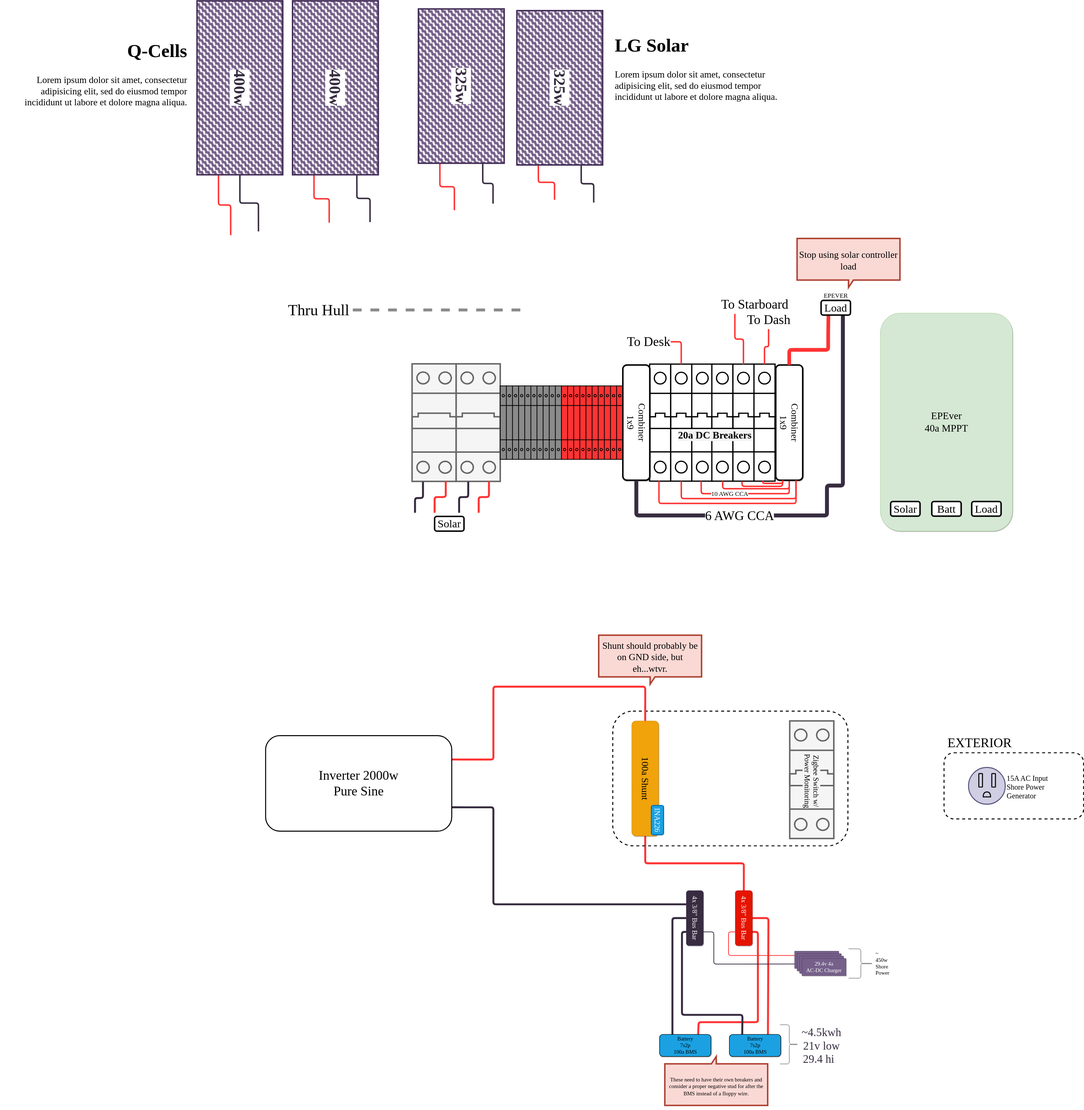
Earlier version of the draw.io export gary-bussy-electrical.drawio.svg (clomads/gary-bussy). Source tidied: cells renumbered, new cells last; positions are measured from the earlier drawing's top-left corner, leaving out a move shared by most shapes.
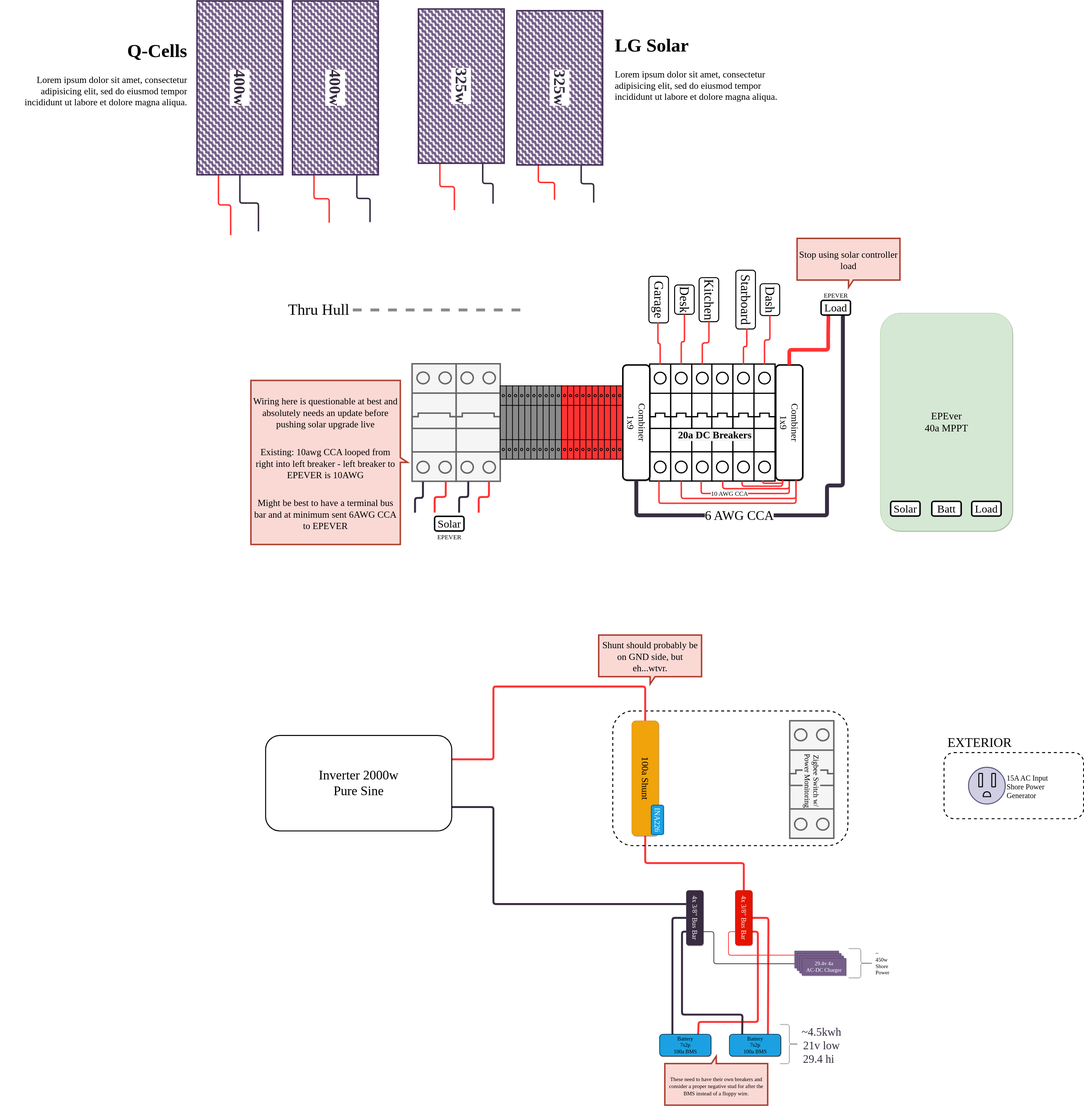
The same file after the commit.

Commit message:
solar notes and clean up branch nets

Change to the diagram source:
```diff
@@ -168,8 +168,32 @@
     <mxCell id="39" value="20a DC Breakers" style="text;html=1;align=center;verticalAlign=middle;strokeColor=none;fillColor=none;fontSize=41;fontFamily=League Spartan;fontSource=https%3A%2F%2Ffonts.googleapis.com%2Fcss%3Ffamily%3DLeague%2BSpartan;fontStyle=1;labelBackgroundColor=#F5F5F5;" parent="20" vertex="1">
       <mxGeometry x="1081" y="261" width="310" height="60" as="geometry" />
     </mxCell>
+    <mxCell id="42" value="Dash" style="text;html=1;align=center;verticalAlign=middle;points=[];fontSize=53;fontFamily=League Spartan;rotation=90;strokeColor=default;rounded=1;fillColor=default;strokeWidth=4;" parent="19" vertex="1">
+      <mxGeometry x="1396" y="-22" width="130" height="80" as="geometry" />
+    </mxCell>
+    <mxCell id="44" style="edgeStyle=orthogonalEdgeStyle;shape=connector;rounded=1;jettySize=auto;html=1;labelBackgroundColor=default;strokeColor=#FF3333;strokeWidth=6;fontFamily=League Spartan;fontSource=https%3A%2F%2Ffonts.googleapis.com%2Fcss%3Ffamily%3DLeague%2BSpartan;fontSize=53;fontColor=default;endArrow=none;endFill=0;" parent="19" edge="1" source="31" target="42">
+      <mxGeometry relative="1" as="geometry" />
+    </mxCell>
+    <mxCell id="102" value="Kitchen" style="text;html=1;align=center;verticalAlign=middle;points=[];fontSize=53;fontFamily=League Spartan;rotation=90;strokeColor=default;rounded=1;fillColor=default;strokeWidth=4;" parent="19" vertex="1">
+      <mxGeometry x="1122" y="-22" width="180" height="80" as="geometry" />
+    </mxCell>
+    <mxCell id="103" value="Garage" style="text;html=1;align=center;verticalAlign=middle;points=[];fontSize=53;fontFamily=League Spartan;rotation=90;strokeColor=default;rounded=1;fillColor=default;strokeWidth=4;" parent="19" vertex="1">
+      <mxGeometry x="912" y="-22" width="190" height="80" as="geometry" />
+    </mxCell>
+    <mxCell id="104" style="edgeStyle=orthogonalEdgeStyle;shape=connector;rounded=1;jettySize=auto;html=1;entryX=0.992;entryY=0.539;entryDx=0;entryDy=0;entryPerimeter=0;labelBackgroundColor=default;strokeColor=#FF3333;strokeWidth=6;fontFamily=League Spartan;fontSource=https%3A%2F%2Ffonts.googleapis.com%2Fcss%3Ffamily%3DLeague%2BSpartan;fontSize=53;fontColor=default;endArrow=none;endFill=0;" parent="19" edge="1" source="25" target="103">
+      <mxGeometry relative="1" as="geometry" />
+    </mxCell>
+    <mxCell id="105" style="edgeStyle=orthogonalEdgeStyle;shape=connector;rounded=1;jettySize=auto;html=1;labelBackgroundColor=default;strokeColor=#FF3333;strokeWidth=6;fontFamily=League Spartan;fontSource=https%3A%2F%2Ffonts.googleapis.com%2Fcss%3Ffamily%3DLeague%2BSpartan;fontSize=53;fontColor=default;endArrow=none;endFill=0;" parent="19" edge="1" source="28" target="102">
+      <mxGeometry relative="1" as="geometry" />
+    </mxCell>
+    <mxCell id="43" value="Starboard" style="text;html=1;align=center;verticalAlign=middle;points=[];fontSize=53;fontFamily=League Spartan;rotation=90;strokeColor=default;rounded=1;fillColor=default;strokeWidth=4;" parent="19" vertex="1">
+      <mxGeometry x="1242" y="-22" width="240" height="80" as="geometry" />
+    </mxCell>
+    <mxCell id="45" style="edgeStyle=orthogonalEdgeStyle;shape=connector;rounded=1;jettySize=auto;html=1;entryX=0.996;entryY=0.442;entryDx=0;entryDy=0;entryPerimeter=0;labelBackgroundColor=default;strokeColor=#FF3333;strokeWidth=6;fontFamily=League Spartan;fontSource=https%3A%2F%2Ffonts.googleapis.com%2Fcss%3Ffamily%3DLeague%2BSpartan;fontSize=53;fontColor=default;endArrow=none;endFill=0;" parent="19" edge="1" source="30" target="43">
+      <mxGeometry relative="1" as="geometry" />
+    </mxCell>
-    <mxCell id="40" value="To Desk" style="text;html=1;align=center;verticalAlign=middle;points=[];strokeColor=none;fillColor=none;fontSize=53;fontFamily=League Spartan;fontColor=default;" parent="19" vertex="1">
-      <mxGeometry x="876" y="150" width="180" height="80" as="geometry" />
+    <mxCell id="40" value="Desk" style="text;html=1;align=center;verticalAlign=middle;points=[];fontSize=53;fontFamily=League Spartan;rotation=90;strokeColor=default;rounded=1;fillColor=default;strokeWidth=4;" parent="19" vertex="1">
+      <mxGeometry x="1052" y="-22" width="120" height="80" as="geometry" />
     </mxCell>
     <mxCell id="41" style="edgeStyle=orthogonalEdgeStyle;shape=connector;rounded=1;jettySize=auto;html=1;labelBackgroundColor=default;strokeColor=#FF3333;strokeWidth=6;fontFamily=League Spartan;fontSource=https%3A%2F%2Ffonts.googleapis.com%2Fcss%3Ffamily%3DLeague%2BSpartan;fontSize=53;fontColor=default;endArrow=none;endFill=0;" parent="19" edge="1" source="27" target="40">
       <mxGeometry relative="1" as="geometry">
@@ -178,23 +202,6 @@
         </Array>
       </mxGeometry>
     </mxCell>
-    <mxCell id="42" value="To Dash" style="text;html=1;align=center;verticalAlign=middle;points=[];strokeColor=none;fillColor=none;fontSize=53;fontFamily=League Spartan;fontColor=default;" parent="19" vertex="1">
-      <mxGeometry x="1362" y="62" width="187" height="76" as="geometry" />
-    </mxCell>
-    <mxCell id="43" value="To Starboard" style="text;html=1;align=center;verticalAlign=middle;points=[];strokeColor=none;fillColor=none;fontSize=53;fontFamily=League Spartan;fontColor=default;" parent="19" vertex="1">
-      <mxGeometry x="1249" width="300" height="76" as="geometry" />
-    </mxCell>
-    <mxCell id="44" style="edgeStyle=orthogonalEdgeStyle;shape=connector;rounded=1;jettySize=auto;html=1;labelBackgroundColor=default;strokeColor=#FF3333;strokeWidth=6;fontFamily=League Spartan;fontSource=https%3A%2F%2Ffonts.googleapis.com%2Fcss%3Ffamily%3DLeague%2BSpartan;fontSize=53;fontColor=default;endArrow=none;endFill=0;" parent="19" edge="1" source="31" target="42">
-      <mxGeometry relative="1" as="geometry" />
-    </mxCell>
-    <mxCell id="45" style="edgeStyle=orthogonalEdgeStyle;shape=connector;rounded=1;jettySize=auto;html=1;labelBackgroundColor=default;strokeColor=#FF3333;strokeWidth=6;fontFamily=League Spartan;fontSource=https%3A%2F%2Ffonts.googleapis.com%2Fcss%3Ffamily%3DLeague%2BSpartan;fontSize=53;fontColor=default;endArrow=none;endFill=0;" parent="19" edge="1" source="30" target="43">
-      <mxGeometry relative="1" as="geometry">
-        <Array as="points">
-          <mxPoint x="1353" y="179" />
-          <mxPoint x="1318" y="179" />
-        </Array>
-      </mxGeometry>
-    </mxCell>
     <mxCell id="46" style="rounded=1;whiteSpace=wrap;html=1;sketch=0;strokeColor=default;strokeWidth=4;fontFamily=League Spartan;fontSource=https%3A%2F%2Ffonts.googleapis.com%2Fcss%3Ffamily%3DLeague%2BSpartan;fontSize=41;fillColor=none;dashed=1;perimeterSpacing=0;" parent="1" vertex="1">
       <mxGeometry x="2498.5" y="2804" width="960" height="550" as="geometry" />
     </mxCell>
@@ -433,5 +440,11 @@
         </Array>
       </mxGeometry>
     </mxCell>
+    <mxCell id="106" value="&lt;p style=&quot;line-height: 55%;&quot;&gt;&lt;span style=&quot;color: rgb(0, 0, 0);&quot;&gt;&lt;font style=&quot;font-size: 38px;&quot;&gt;Wiring here is questionable at best and absolutely needs an update before pushing solar upgrade live&lt;/font&gt;&lt;/span&gt;&lt;/p&gt;&lt;p style=&quot;line-height: 55%;&quot;&gt;&lt;span style=&quot;color: rgb(0, 0, 0);&quot;&gt;&lt;font style=&quot;font-size: 38px;&quot;&gt;Existing: 10awg CCA looped from right into left breaker - left breaker to EPEVER is 10AWG&lt;/font&gt;&lt;/span&gt;&lt;/p&gt;&lt;p style=&quot;line-height: 55%;&quot;&gt;&lt;span style=&quot;color: rgb(0, 0, 0);&quot;&gt;&lt;font style=&quot;font-size: 38px;&quot;&gt;Might be best to have a terminal bus bar and at minimum sent 6AWG CCA to EPEVER&lt;/font&gt;&lt;/span&gt;&lt;/p&gt;" style="shape=callout;whiteSpace=wrap;html=1;perimeter=calloutPerimeter;shadow=0;labelBackgroundColor=none;sketch=0;fillStyle=auto;strokeColor=#ae4132;strokeWidth=6;fontFamily=League Spartan;fontSource=https%3A%2F%2Ffonts.googleapis.com%2Fcss%3Ffamily%3DLeague%2BSpartan;fontSize=67;fillColor=#fad9d5;direction=north;" parent="1" vertex="1">
+      <mxGeometry x="1021" y="1454" width="640" height="670" as="geometry" />
+    </mxCell>
+    <mxCell id="107" value="EPEVER" style="text;html=1;align=center;verticalAlign=middle;strokeColor=none;fillColor=none;fontSize=26;fontFamily=League Spartan;fontColor=default;" parent="1" vertex="1">
+      <mxGeometry x="1776" y="2074" width="110" height="40" as="geometry" />
+    </mxCell>
   </root>
 </mxGraphModel>
```
